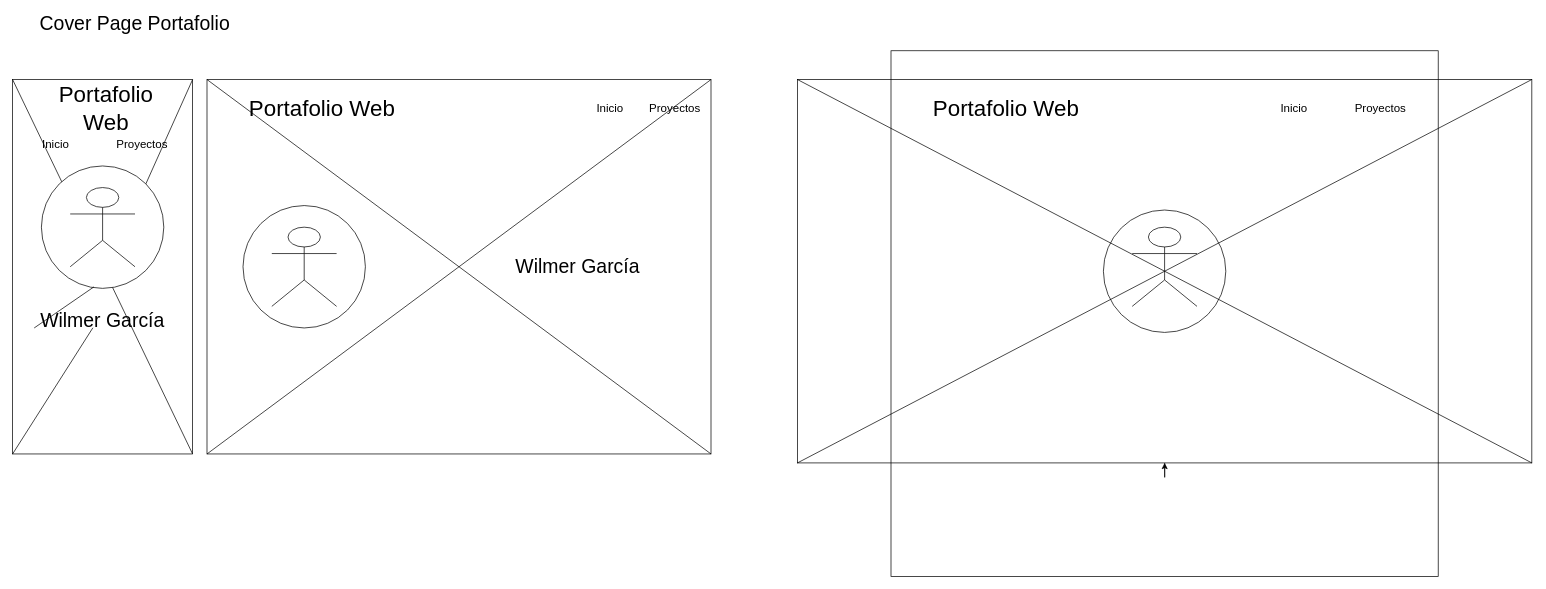
wilmergarcia7/Portafolio keeps this draw.io diagram as Docs/Portafolio_Wareframe.drawio. Above is the earlier version. Source tidied: cells renumbered, new cells numbered last; positions are measured from the earlier drawing's top-left corner, leaving out a move shared by most shapes. Both pictures are drawn from the tidied source at 72%, with x=0, y=0 at pixel (12, -96).
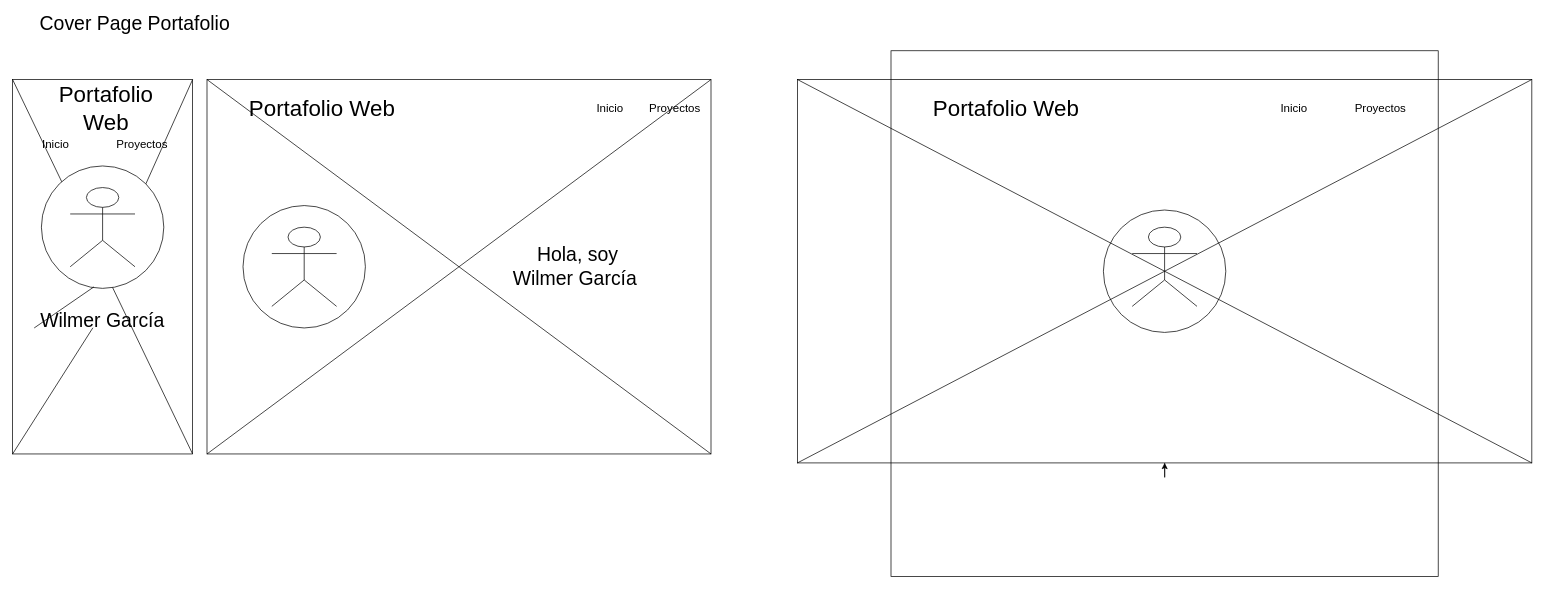
Above is the later version.

What changed in the source:
```diff
@@
-    <mxCell id="29" value="Wilmer García" style="text;html=1;strokeColor=none;fillColor=none;align=center;verticalAlign=middle;whiteSpace=wrap;rounded=0;fontSize=27;" parent="1" vertex="1">
+    <mxCell id="29" value="Hola, soy Wilmer García&amp;nbsp;" style="text;html=1;strokeColor=none;fillColor=none;align=center;verticalAlign=middle;whiteSpace=wrap;rounded=0;fontSize=27;" parent="1" vertex="1">
       <mxGeometry x="690" y="494" width="190" height="20" as="geometry" />
     </mxCell>
```
